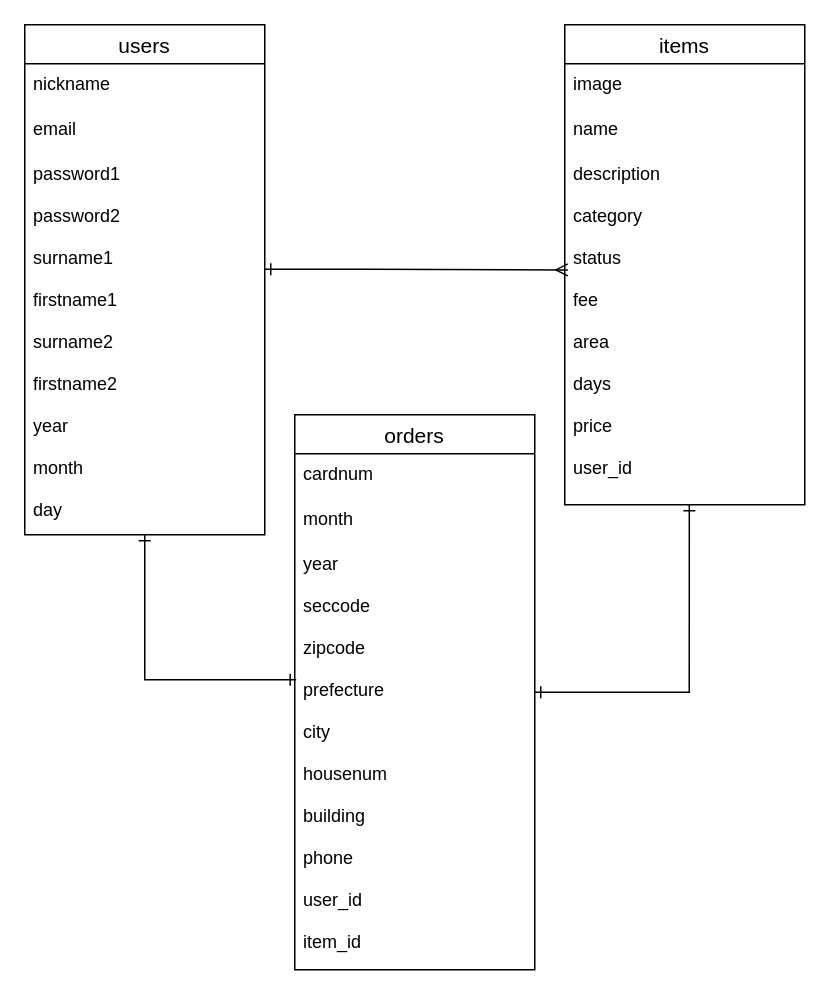
The draw.io diagram .dio in Hiroki-Sakurazawa/furima-28665, before the edit. Source tidied: cells renumbered, new cells numbered last; positions are measured from the earlier drawing's top-left corner, leaving out a move shared by most shapes. Both pictures are drawn from the tidied source at 150%, with x=0, y=0 at pixel (24, 24).
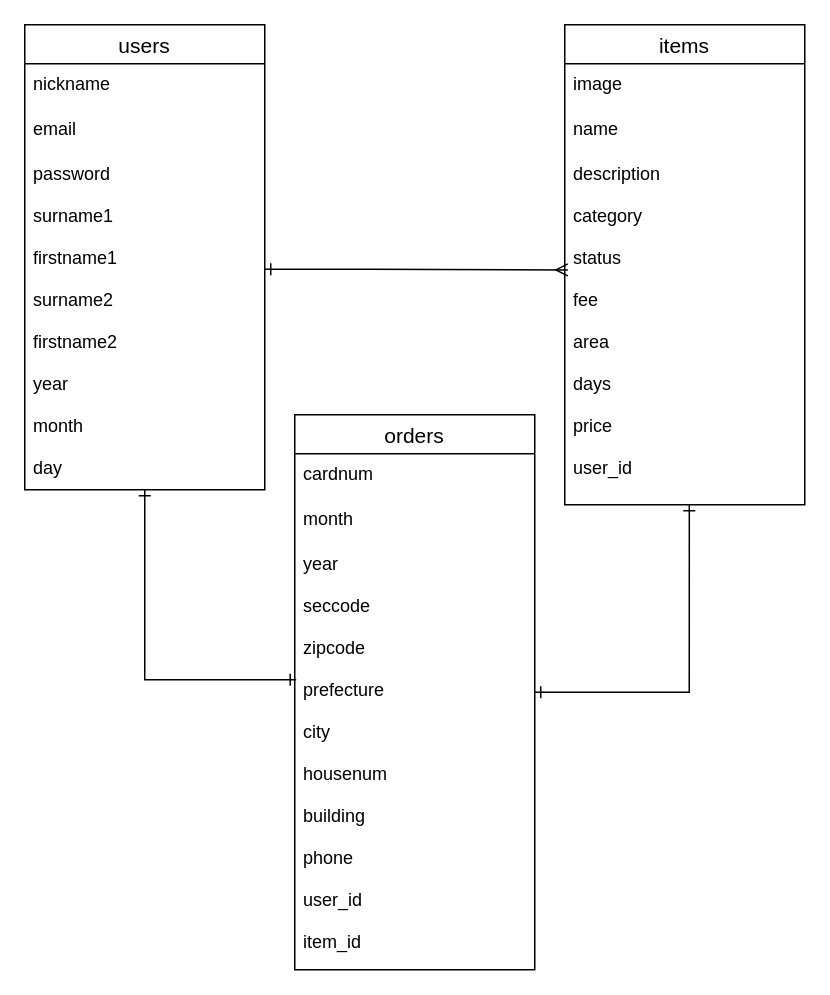
The same diagram, later.

What changed in the source:
```diff
@@
 <mxGraphModel>
   <root>
     <mxCell id="0" />
     <mxCell id="1" parent="0" />
     <mxCell id="2" style="edgeStyle=orthogonalEdgeStyle;rounded=0;jettySize=auto;html=1;entryX=0.006;entryY=0.319;entryDx=0;entryDy=0;entryPerimeter=0;startArrow=ERone;startFill=0;endArrow=ERone;endFill=0;" parent="1" edge="1" source="4" target="16">
       <mxGeometry relative="1" as="geometry" />
     </mxCell>
     <mxCell id="3" style="edgeStyle=orthogonalEdgeStyle;rounded=0;jettySize=auto;html=1;entryX=0.013;entryY=0.331;entryDx=0;entryDy=0;entryPerimeter=0;startArrow=ERone;startFill=0;endArrow=ERmany;endFill=0;" parent="1" edge="1" source="4" target="11">
       <mxGeometry relative="1" as="geometry">
         <Array as="points">
           <mxPoint x="230" y="163" />
           <mxPoint x="230" y="163" />
         </Array>
       </mxGeometry>
     </mxCell>
     <mxCell id="4" value="users" style="swimlane;fontStyle=0;horizontal=1;startSize=26;align=center;fontSize=14;" parent="1" vertex="1">
-      <mxGeometry width="160" height="340" as="geometry" />
+      <mxGeometry width="160" height="310" as="geometry" />
     </mxCell>
     <mxCell id="5" value="nickname" style="text;strokeColor=none;fillColor=none;spacingLeft=4;spacingRight=4;overflow=hidden;fontSize=12;" parent="4" vertex="1">
       <mxGeometry y="26" width="160" height="30" as="geometry" />
     </mxCell>
     <mxCell id="6" value="email" style="text;strokeColor=none;fillColor=none;spacingLeft=4;spacingRight=4;overflow=hidden;fontSize=12;" parent="4" vertex="1">
       <mxGeometry y="56" width="160" height="30" as="geometry" />
     </mxCell>
-    <mxCell id="7" value="password1&#10;&#10;password2&#10;&#10;surname1&#10;&#10;firstname1&#10;&#10;surname2&#10;&#10;firstname2&#10;&#10;year&#10;&#10;month&#10;&#10;day" style="text;strokeColor=none;fillColor=none;spacingLeft=4;spacingRight=4;overflow=hidden;fontSize=12;" parent="4" vertex="1">
-      <mxGeometry y="86" width="160" height="254" as="geometry" />
+    <mxCell id="7" value="password&#10;&#10;surname1&#10;&#10;firstname1&#10;&#10;surname2&#10;&#10;firstname2&#10;&#10;year&#10;&#10;month&#10;&#10;day" style="text;strokeColor=none;fillColor=none;spacingLeft=4;spacingRight=4;overflow=hidden;fontSize=12;" parent="4" vertex="1">
+      <mxGeometry y="86" width="160" height="224" as="geometry" />
     </mxCell>
     <mxCell id="8" value="items" style="swimlane;fontStyle=0;horizontal=1;startSize=26;align=center;fontSize=14;" parent="1" vertex="1">
       <mxGeometry x="360" width="160" height="320" as="geometry" />
     </mxCell>
     <mxCell id="9" value="image" style="text;strokeColor=none;fillColor=none;spacingLeft=4;spacingRight=4;overflow=hidden;fontSize=12;" parent="8" vertex="1">
       <mxGeometry y="26" width="160" height="30" as="geometry" />
     </mxCell>
     <mxCell id="10" value="name" style="text;strokeColor=none;fillColor=none;spacingLeft=4;spacingRight=4;overflow=hidden;fontSize=12;" parent="8" vertex="1">
       <mxGeometry y="56" width="160" height="30" as="geometry" />
     </mxCell>
     <mxCell id="11" value="description&#10;&#10;category&#10;&#10;status&#10;&#10;fee&#10;&#10;area&#10;&#10;days&#10;&#10;price&#10;&#10;user_id" style="text;strokeColor=none;fillColor=none;spacingLeft=4;spacingRight=4;overflow=hidden;points=[[0,0.5],[1,0.5]];portConstraint=eastwest;fontSize=12;" parent="8" vertex="1">
       <mxGeometry y="86" width="160" height="234" as="geometry" />
     </mxCell>
     <mxCell id="12" style="edgeStyle=orthogonalEdgeStyle;rounded=0;jettySize=auto;html=1;entryX=0.519;entryY=1;entryDx=0;entryDy=0;entryPerimeter=0;startArrow=ERone;startFill=0;endArrow=ERone;endFill=0;" parent="1" edge="1" source="13" target="11">
       <mxGeometry relative="1" as="geometry" />
     </mxCell>
     <mxCell id="13" value="orders" style="swimlane;fontStyle=0;horizontal=1;startSize=26;align=center;fontSize=14;" parent="1" vertex="1">
       <mxGeometry x="180" y="260" width="160" height="370" as="geometry" />
     </mxCell>
     <mxCell id="14" value="cardnum" style="text;strokeColor=none;fillColor=none;spacingLeft=4;spacingRight=4;overflow=hidden;fontSize=12;" parent="13" vertex="1">
       <mxGeometry y="26" width="160" height="30" as="geometry" />
     </mxCell>
     <mxCell id="15" value="month" style="text;strokeColor=none;fillColor=none;spacingLeft=4;spacingRight=4;overflow=hidden;fontSize=12;" parent="13" vertex="1">
       <mxGeometry y="56" width="160" height="30" as="geometry" />
     </mxCell>
     <mxCell id="16" value="year&#10;&#10;seccode&#10;&#10;zipcode&#10;&#10;prefecture&#10;&#10;city&#10;&#10;housenum&#10;&#10;building&#10;&#10;phone&#10;&#10;user_id&#10;&#10;item_id" style="text;strokeColor=none;fillColor=none;spacingLeft=4;spacingRight=4;overflow=hidden;points=[[0,0.5],[1,0.5]];portConstraint=eastwest;fontSize=12;" parent="13" vertex="1">
       <mxGeometry y="86" width="160" height="284" as="geometry" />
     </mxCell>
   </root>
 </mxGraphModel>
```
